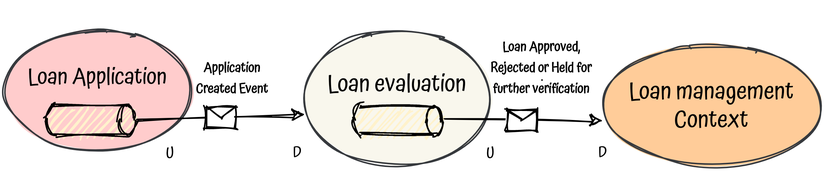
Earlier version of the draw.io export doc/img/BC-communications.png (albertllousas/functional-domain-driven-design). Source tidied: cells renumbered, new cells last; positions are measured from the earlier drawing's top-left corner, leaving out a move shared by most shapes. The source it was exported from:
```xml
<mxGraphModel>
  <root>
    <mxCell id="0" />
    <mxCell id="1" parent="0" />
    <mxCell id="2" value="&lt;font face=&quot;Atma&quot; style=&quot;font-size: 15px&quot;&gt;Loan Application&lt;br&gt;&lt;br&gt;&lt;/font&gt;" style="ellipse;whiteSpace=wrap;html=1;sketch=1;strokeWidth=1;fillColor=#ffcccc;strokeColor=#36393d;fillStyle=solid;" parent="1" vertex="1">
      <mxGeometry y="20" width="130" height="80" as="geometry" />
    </mxCell>
    <mxCell id="3" value="&lt;font face=&quot;Atma&quot; style=&quot;font-size: 16px&quot;&gt;Loan evaluation&lt;br&gt;&lt;br&gt;&lt;/font&gt;" style="ellipse;whiteSpace=wrap;html=1;sketch=1;strokeWidth=1;fillColor=#f9f7ed;strokeColor=#36393d;fillStyle=solid;" parent="1" vertex="1">
      <mxGeometry x="200" y="20" width="130" height="90" as="geometry" />
    </mxCell>
    <mxCell id="4" value="&lt;font face=&quot;Atma&quot; style=&quot;font-size: 16px&quot;&gt;Loan management&lt;br&gt;Context&lt;br&gt;&lt;/font&gt;" style="ellipse;whiteSpace=wrap;html=1;sketch=1;strokeWidth=1;fillColor=#ffcc99;strokeColor=#36393d;fillStyle=solid;" parent="1" vertex="1">
      <mxGeometry x="400" y="30" width="150" height="80" as="geometry" />
    </mxCell>
    <mxCell id="5" style="ellipse;whiteSpace=wrap;html=1;shadow=0;sketch=1;strokeWidth=1;fillColor=none;strokeColor=none;" parent="1" vertex="1">
      <mxGeometry x="20" width="10" height="20" as="geometry" />
    </mxCell>
    <mxCell id="6" style="endArrow=classic;html=1;strokeColor=#000000;strokeWidth=1;entryX=0.023;entryY=0.622;entryDx=0;entryDy=0;sketch=1;exitX=1;exitY=0.5;exitDx=0;exitDy=0;exitPerimeter=0;entryPerimeter=0;" parent="1" edge="1" source="12" target="3">
      <mxGeometry relative="1" as="geometry" />
    </mxCell>
    <mxCell id="7" style="shape=message;html=1;sketch=1;" parent="6" vertex="1">
      <mxGeometry width="20" height="14" relative="1" as="geometry">
        <mxPoint x="-10" y="-7" as="offset" />
      </mxGeometry>
    </mxCell>
    <mxCell id="8" style="endArrow=classic;html=1;strokeColor=#000000;strokeWidth=1;entryX=0.012;entryY=0.625;entryDx=0;entryDy=0;exitX=1;exitY=0.5;exitDx=0;exitDy=0;sketch=1;exitPerimeter=0;entryPerimeter=0;" parent="1" edge="1" source="13" target="4">
      <mxGeometry relative="1" as="geometry" />
    </mxCell>
    <mxCell id="9" style="shape=message;html=1;sketch=1;" parent="8" vertex="1">
      <mxGeometry width="20" height="14" relative="1" as="geometry">
        <mxPoint x="-10" y="-7" as="offset" />
      </mxGeometry>
    </mxCell>
    <mxCell id="10" value="&lt;font face=&quot;Atma&quot; style=&quot;font-size: 9px&quot;&gt;&lt;span&gt;Application&lt;br&gt;Created Event&lt;br&gt;&lt;/span&gt;&lt;/font&gt;" style="text;html=1;strokeColor=none;fillColor=none;align=center;verticalAlign=middle;whiteSpace=wrap;rounded=0;sketch=1;fontStyle=1;" parent="1" vertex="1">
      <mxGeometry x="120" y="40" width="70" height="20" as="geometry" />
    </mxCell>
    <mxCell id="11" value="&lt;font face=&quot;Atma&quot; style=&quot;font-size: 9px&quot;&gt;&lt;span&gt;Loan Approved,&lt;br&gt;Rejected or Held for further verification&lt;br&gt;&lt;/span&gt;&lt;/font&gt;" style="text;html=1;strokeColor=none;fillColor=none;align=center;verticalAlign=middle;whiteSpace=wrap;rounded=0;sketch=1;fontStyle=1;" parent="1" vertex="1">
      <mxGeometry x="323" y="33" width="77" height="20" as="geometry" />
    </mxCell>
    <mxCell id="12" style="strokeWidth=1;html=1;shape=mxgraph.flowchart.direct_data;whiteSpace=wrap;sketch=1;fillColor=#FFF2CC;" parent="1" vertex="1">
      <mxGeometry x="30" y="70" width="60" height="20" as="geometry" />
    </mxCell>
    <mxCell id="13" style="strokeWidth=1;html=1;shape=mxgraph.flowchart.direct_data;whiteSpace=wrap;sketch=1;fillColor=#FFF2CC;" parent="1" vertex="1">
      <mxGeometry x="235" y="70" width="60" height="20" as="geometry" />
    </mxCell>
    <mxCell id="14" style="edgeStyle=orthogonalEdgeStyle;rounded=0;sketch=1;orthogonalLoop=1;jettySize=auto;html=1;exitX=0.5;exitY=1;exitDx=0;exitDy=0;endArrow=block;endFill=0;strokeColor=#000000;strokeWidth=1;" parent="1" edge="1" source="11" target="11">
      <mxGeometry relative="1" as="geometry" />
    </mxCell>
    <mxCell id="15" value="&lt;font face=&quot;Atma&quot; style=&quot;font-size: 10px&quot;&gt;U&lt;/font&gt;" style="text;html=1;strokeColor=none;fillColor=none;align=center;verticalAlign=middle;whiteSpace=wrap;rounded=0;sketch=1;" parent="1" vertex="1">
      <mxGeometry x="75.5" y="80" width="74.5" height="40" as="geometry" />
    </mxCell>
    <mxCell id="16" value="&lt;font face=&quot;Atma&quot; style=&quot;font-size: 10px&quot;&gt;U&lt;/font&gt;" style="text;html=1;strokeColor=none;fillColor=none;align=center;verticalAlign=middle;whiteSpace=wrap;rounded=0;sketch=1;" parent="1" vertex="1">
      <mxGeometry x="290" y="80" width="74.5" height="40" as="geometry" />
    </mxCell>
    <mxCell id="17" value="&lt;font face=&quot;Atma&quot; style=&quot;font-size: 10px&quot;&gt;D&lt;/font&gt;" style="text;html=1;strokeColor=none;fillColor=none;align=center;verticalAlign=middle;whiteSpace=wrap;rounded=0;sketch=1;" parent="1" vertex="1">
      <mxGeometry x="160.5" y="80" width="74.5" height="40" as="geometry" />
    </mxCell>
    <mxCell id="18" value="&lt;font face=&quot;Atma&quot; style=&quot;font-size: 10px&quot;&gt;D&lt;/font&gt;" style="text;html=1;strokeColor=none;fillColor=none;align=center;verticalAlign=middle;whiteSpace=wrap;rounded=0;sketch=1;" parent="1" vertex="1">
      <mxGeometry x="364.5" y="80" width="74.5" height="40" as="geometry" />
    </mxCell>
  </root>
</mxGraphModel>
```
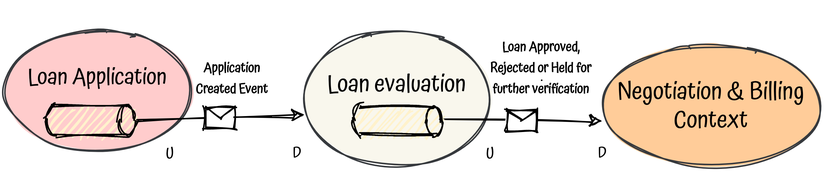
Later version of the same file.

What changed in the source:
```diff
@@ -8,7 +8,7 @@
     <mxCell id="3" value="&lt;font face=&quot;Atma&quot; style=&quot;font-size: 16px&quot;&gt;Loan evaluation&lt;br&gt;&lt;br&gt;&lt;/font&gt;" style="ellipse;whiteSpace=wrap;html=1;sketch=1;strokeWidth=1;fillColor=#f9f7ed;strokeColor=#36393d;fillStyle=solid;" parent="1" vertex="1">
       <mxGeometry x="200" y="20" width="130" height="90" as="geometry" />
     </mxCell>
-    <mxCell id="4" value="&lt;font face=&quot;Atma&quot; style=&quot;font-size: 16px&quot;&gt;Loan management&lt;br&gt;Context&lt;br&gt;&lt;/font&gt;" style="ellipse;whiteSpace=wrap;html=1;sketch=1;strokeWidth=1;fillColor=#ffcc99;strokeColor=#36393d;fillStyle=solid;" parent="1" vertex="1">
+    <mxCell id="4" value="&lt;font face=&quot;Atma&quot; style=&quot;font-size: 16px&quot;&gt;Negotiation &amp;amp; Billing&lt;br&gt;Context&lt;br&gt;&lt;/font&gt;" style="ellipse;whiteSpace=wrap;html=1;sketch=1;strokeWidth=1;fillColor=#ffcc99;strokeColor=#36393d;fillStyle=solid;" parent="1" vertex="1">
       <mxGeometry x="400" y="30" width="150" height="80" as="geometry" />
     </mxCell>
     <mxCell id="5" style="ellipse;whiteSpace=wrap;html=1;shadow=0;sketch=1;strokeWidth=1;fillColor=none;strokeColor=none;" parent="1" vertex="1">
```
